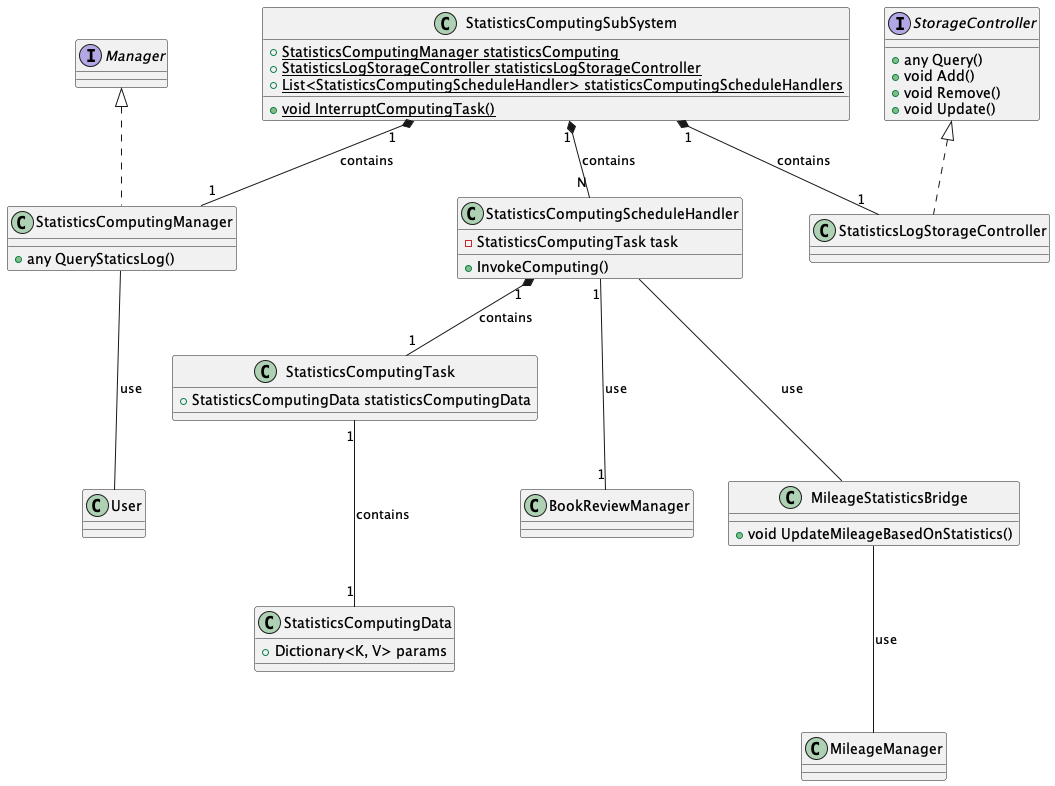
Above: rendered/Statistics.png in ShapeLayer/se-lecture-task__project-structure-definitions (PlantUML), before the change.
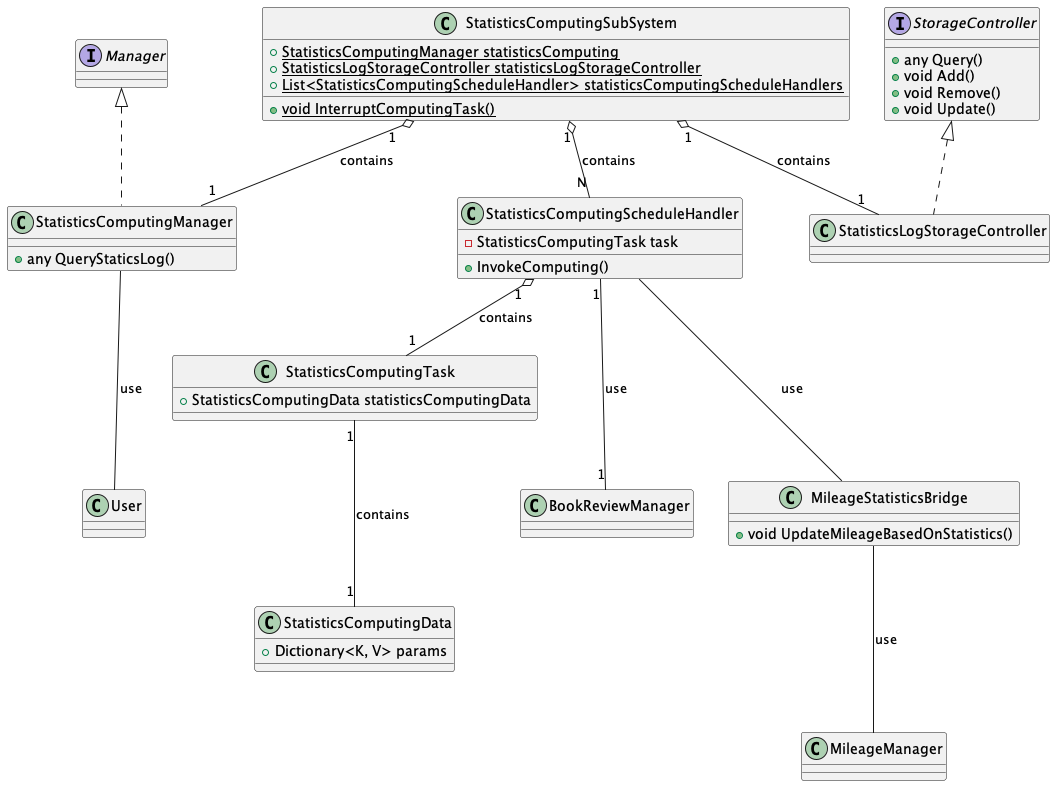
Above is the later version.

What changed in the source:
```diff
@@ -38,7 +38,7 @@
 }
 
 StatisticsComputingScheduleHandler "1" --- "1" BookReviewManager : use
-StatisticsComputingScheduleHandler "1" *-- "1" StatisticsComputingTask : contains
+StatisticsComputingScheduleHandler "1" o-- "1" StatisticsComputingTask : contains
 StatisticsComputingScheduleHandler --- MileageStatisticsBridge : use
 
 class StatisticsComputingSubSystem {
@@ -48,8 +48,8 @@
     + {static} void InterruptComputingTask()
 }
 
-StatisticsComputingSubSystem "1" *-- "1" StatisticsComputingManager : contains
-StatisticsComputingSubSystem "1" *-- "1" StatisticsLogStorageController : contains
-StatisticsComputingSubSystem "1" *-- "N" StatisticsComputingScheduleHandler : contains
+StatisticsComputingSubSystem "1" o-- "1" StatisticsComputingManager : contains
+StatisticsComputingSubSystem "1" o-- "1" StatisticsLogStorageController : contains
+StatisticsComputingSubSystem "1" o-- "N" StatisticsComputingScheduleHandler : contains
 
 @enduml
```
